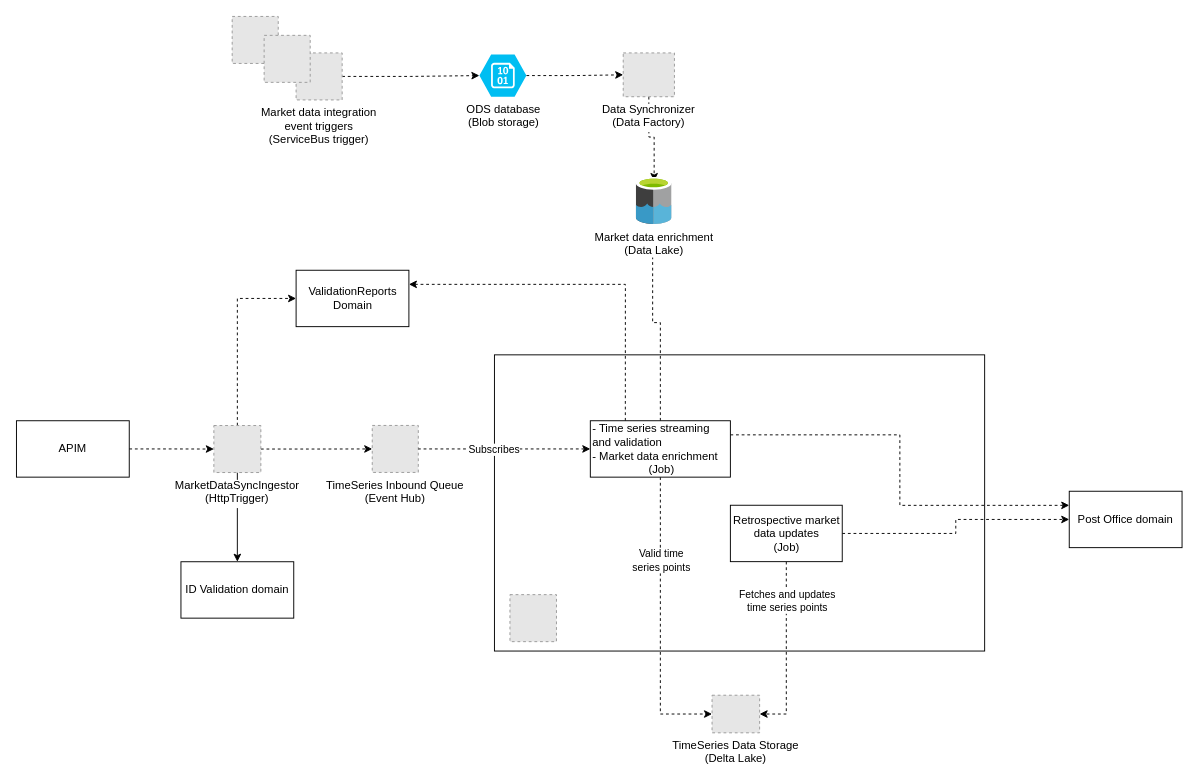
Energinet-DataHub/ARCHIVED-geh-timeseries keeps this draw.io diagram as ARCHITECTURE.drawio. Above is the earlier version. Source tidied: cells renumbered, new cells numbered last; positions are measured from the earlier drawing's top-left corner, leaving out a move shared by most shapes. Both pictures are drawn from the tidied source at 94%, with x=0, y=0 at pixel (16, 16). Pictures stored in the file or linked from it are replaced by grey dashed boxes.
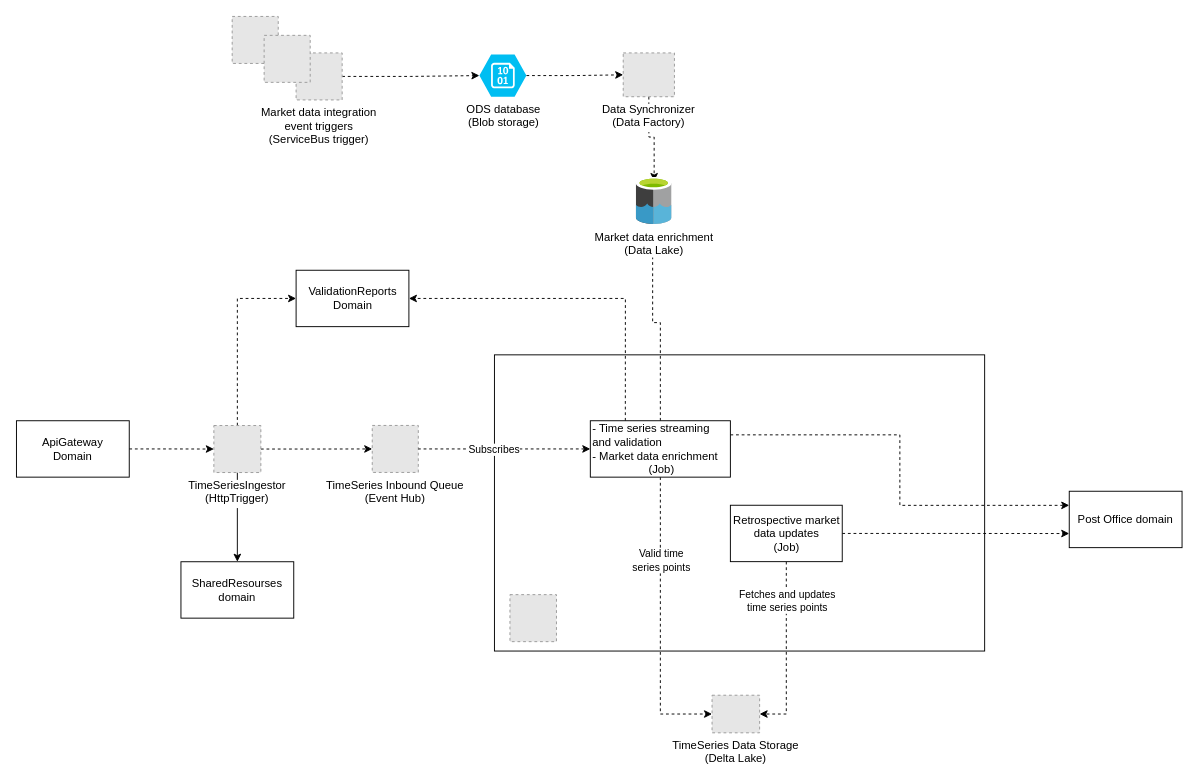
The same page after the edit.

Unchanged cells that the change refers to:
```xml
<mxCell id="9" value="Retrospective market data updates&lt;br&gt;(Job)" style="rounded=0;whiteSpace=wrap;html=1;" parent="1" vertex="1">
  <mxGeometry x="759.5" y="520" width="119" height="60" as="geometry" />
</mxCell>
<mxCell id="15" value="&lt;span&gt;- Time series streaming and validation&lt;/span&gt;&lt;br&gt;&lt;span&gt;- Market data enrichment&lt;/span&gt;&lt;span&gt;&lt;br&gt;&lt;div style=&quot;text-align: center&quot;&gt;(Job)&lt;/div&gt;&lt;/span&gt;" style="rounded=0;whiteSpace=wrap;html=1;align=left;" parent="1" vertex="1">
  <mxGeometry x="610.5" y="430.1" width="149" height="60" as="geometry" />
</mxCell>
<mxCell id="26" value="Post Office domain" style="rounded=0;whiteSpace=wrap;html=1;fillColor=none;" parent="1" vertex="1">
  <mxGeometry x="1120" y="505.1" width="120" height="60" as="geometry" />
</mxCell>
<mxCell id="27" value="ValidationReports&lt;br&gt;Domain" style="rounded=0;whiteSpace=wrap;html=1;fillColor=none;" parent="1" vertex="1">
  <mxGeometry x="297.5" y="270" width="120" height="60" as="geometry" />
</mxCell>
```

What changed in the source:
```diff
@@
-    <mxCell id="8" style="edgeStyle=orthogonalEdgeStyle;rounded=0;jettySize=auto;html=1;exitX=1;exitY=0.5;exitDx=0;exitDy=0;entryX=0;entryY=0.5;entryDx=0;entryDy=0;dashed=1;" parent="1" edge="1" source="9" target="26">
+    <mxCell id="8" style="edgeStyle=orthogonalEdgeStyle;rounded=0;jettySize=auto;html=1;exitX=1;exitY=0.5;exitDx=0;exitDy=0;entryX=0;entryY=0.75;entryDx=0;entryDy=0;dashed=1;" parent="1" edge="1" source="9" target="26">
       <mxGeometry relative="1" as="geometry" />
     </mxCell>
@@
-    <mxCell id="13" style="edgeStyle=orthogonalEdgeStyle;rounded=0;jettySize=auto;html=1;exitX=0.25;exitY=0;exitDx=0;exitDy=0;entryX=1;entryY=0.25;entryDx=0;entryDy=0;dashed=1;" parent="1" edge="1" source="15" target="27">
+    <mxCell id="13" style="edgeStyle=orthogonalEdgeStyle;rounded=0;jettySize=auto;html=1;exitX=0.25;exitY=0;exitDx=0;exitDy=0;entryX=1;entryY=0.5;entryDx=0;entryDy=0;dashed=1;" parent="1" edge="1" source="15" target="27">
       <mxGeometry relative="1" as="geometry" />
     </mxCell>
@@
-    <mxCell id="21" value="MarketDataSyncIngestor&#10;(HttpTrigger)" style="fillColor=#E6E6E6;strokeColor=#999999;dashed=1;verticalLabelPosition=bottom;labelBackgroundColor=#ffffff;verticalAlign=top;" parent="1" vertex="1">
+    <mxCell id="21" value="TimeSeriesIngestor&#10;(HttpTrigger)" style="fillColor=#E6E6E6;strokeColor=#999999;dashed=1;verticalLabelPosition=bottom;labelBackgroundColor=#ffffff;verticalAlign=top;" parent="1" vertex="1">
       <mxGeometry x="210" y="435.2" width="50" height="50" as="geometry" />
     </mxCell>
@@
-    <mxCell id="23" value="APIM" style="rounded=0;whiteSpace=wrap;html=1;fillColor=none;" parent="1" vertex="1">
+    <mxCell id="23" value="ApiGateway&lt;br&gt;Domain" style="rounded=0;whiteSpace=wrap;html=1;fillColor=none;" parent="1" vertex="1">
       <mxGeometry y="430.1" width="120" height="60" as="geometry" />
     </mxCell>
@@
-    <mxCell id="28" value="ID Validation domain" style="rounded=0;whiteSpace=wrap;html=1;fillColor=none;" parent="1" vertex="1">
+    <mxCell id="28" value="SharedResourses domain" style="rounded=0;whiteSpace=wrap;html=1;fillColor=none;" parent="1" vertex="1">
       <mxGeometry x="175" y="580.1" width="120" height="60" as="geometry" />
     </mxCell>
```
